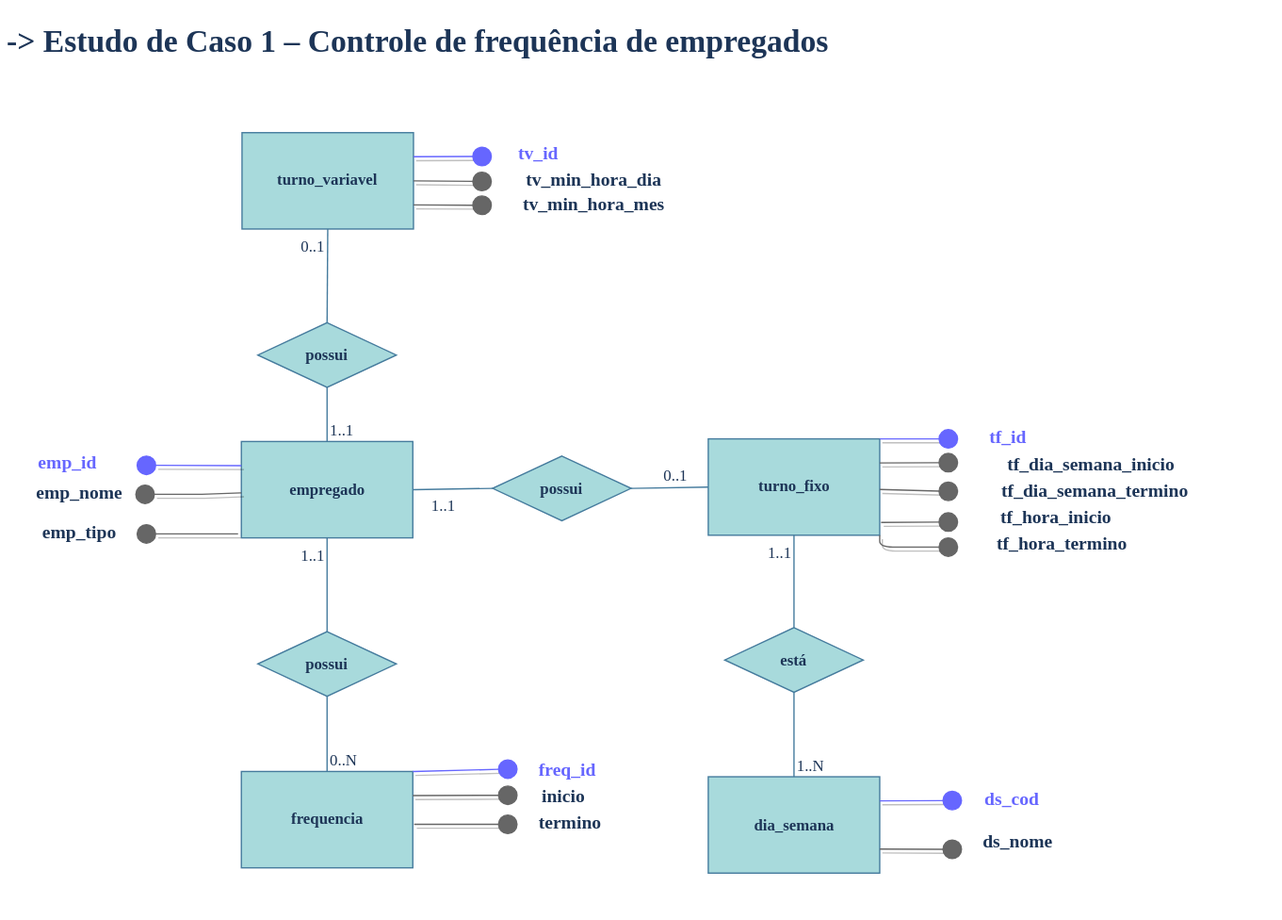
Above: case-study-1.drawio.svg in maiconandsilva-archive/database-class-assignments (draw.io), before the change. Source tidied: cells renumbered, new cells last; positions are measured from the earlier drawing's top-left corner, leaving out a move shared by most shapes.
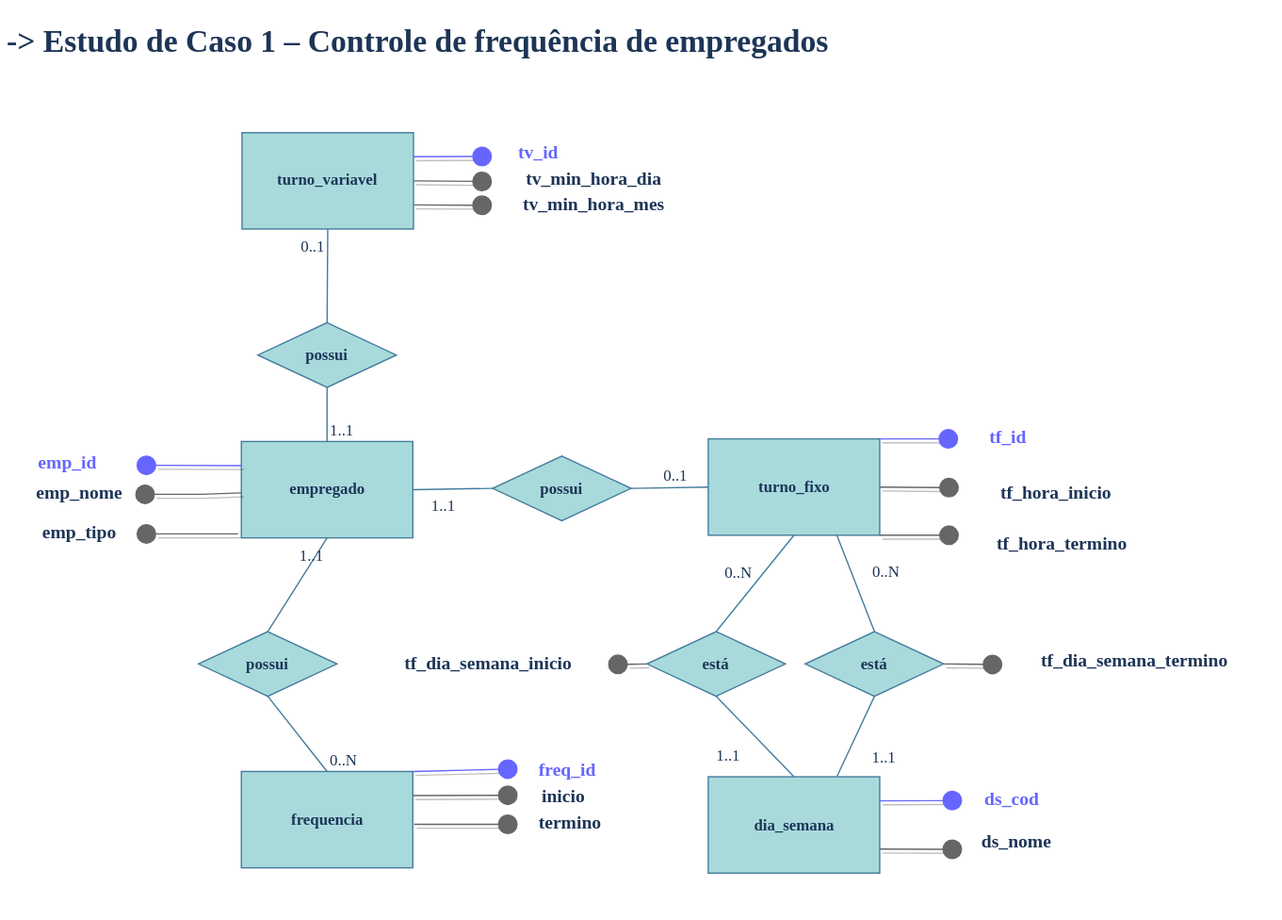
The same diagram one commit later.

Diff of the diagram source:
```diff
@@ -47,7 +47,7 @@
       <mxGeometry x="17" width="40" height="20" as="geometry" />
     </mxCell>
     <mxCell id="14" value="&lt;font style=&quot;font-size: 12px&quot;&gt;&lt;b&gt;possui&lt;/b&gt;&lt;/font&gt;" style="rhombus;whiteSpace=wrap;html=1;fillColor=#A8DADC;strokeColor=#457B9D;fontColor=#1D3557;fontFamily=fira code;fontSource=https%3A%2F%2Ffonts.googleapis.com%2Fcss%3Ffamily%3Dfira%2Bcode;" parent="1" vertex="1">
-      <mxGeometry x="195" y="468" width="105" height="49" as="geometry" />
+      <mxGeometry x="150" y="468" width="105" height="49" as="geometry" />
     </mxCell>
     <mxCell id="15" style="endArrow=none;html=1;align=center;verticalAlign=top;endFill=0;labelBackgroundColor=none;strokeColor=#457B9D;fontColor=#1D3557;fontFamily=fira code;fontSource=https%3A%2F%2Ffonts.googleapis.com%2Fcss%3Ffamily%3Dfira%2Bcode;exitX=0.5;exitY=0;exitDx=0;exitDy=0;entryX=0.5;entryY=1;entryDx=0;entryDy=0;" parent="1" edge="1" source="14" target="3">
       <mxGeometry relative="1" as="geometry" />
@@ -90,30 +90,27 @@
     <mxCell id="26" style="group;" parent="24" vertex="1">
       <mxGeometry x="184" y="-27" width="57" height="20" as="geometry" />
     </mxCell>
-    <mxCell id="27" style="endArrow=circle;html=1;rounded=1;align=center;verticalAlign=top;endFill=1;labelBackgroundColor=none;endSize=6;startArrow=none;startFill=0;fontColor=#1D3557;strokeColor=#666666;fillColor=#f5f5f5;strokeWidth=1;startSize=7;shadow=1;exitX=1;exitY=0.25;exitDx=0;exitDy=0;fontFamily=fira code;fontSource=https%3A%2F%2Ffonts.googleapis.com%2Fcss%3Ffamily%3Dfira%2Bcode;" parent="26" edge="1" source="25">
+    <mxCell id="27" style="endArrow=circle;html=1;rounded=1;align=center;verticalAlign=top;endFill=1;labelBackgroundColor=none;endSize=6;startArrow=none;startFill=0;fontColor=#1D3557;strokeColor=#666666;fillColor=#f5f5f5;strokeWidth=1;startSize=7;shadow=1;exitX=0;exitY=0.5;exitDx=0;exitDy=0;fontFamily=fira code;fontSource=https%3A%2F%2Ffonts.googleapis.com%2Fcss%3Ffamily%3Dfira%2Bcode;" parent="26" edge="1" source="72">
       <mxGeometry relative="1" as="geometry">
-        <mxPoint y="8" as="targetPoint" />
+        <mxPoint x="-266.5" y="161" as="targetPoint" />
       </mxGeometry>
     </mxCell>
     <mxCell id="28" style="group;" parent="24" vertex="1">
       <mxGeometry x="172" y="-7" width="67" height="20" as="geometry" />
     </mxCell>
-    <mxCell id="29" style="endArrow=circle;html=1;rounded=1;align=center;verticalAlign=top;endFill=1;labelBackgroundColor=none;endSize=6;startArrow=none;startFill=0;fontColor=#1D3557;strokeColor=#666666;fillColor=#f5f5f5;strokeWidth=1;startSize=7;shadow=1;sketch=0;fontFamily=fira code;fontSource=https%3A%2F%2Ffonts.googleapis.com%2Fcss%3Ffamily%3Dfira%2Bcode;" parent="28" edge="1" source="25">
+    <mxCell id="29" style="endArrow=circle;html=1;rounded=1;align=center;verticalAlign=top;endFill=1;labelBackgroundColor=none;endSize=6;startArrow=none;startFill=0;fontColor=#1D3557;strokeColor=#666666;fillColor=#f5f5f5;strokeWidth=1;startSize=7;shadow=1;sketch=0;fontFamily=fira code;fontSource=https%3A%2F%2Ffonts.googleapis.com%2Fcss%3Ffamily%3Dfira%2Bcode;exitX=1;exitY=0.5;exitDx=0;exitDy=0;" parent="28" edge="1" source="88">
       <mxGeometry relative="1" as="geometry">
-        <mxPoint x="12" y="10" as="targetPoint" />
+        <mxPoint x="45.5" y="141" as="targetPoint" />
       </mxGeometry>
     </mxCell>
     <mxCell id="30" style="group;" parent="24" vertex="1">
       <mxGeometry x="154" y="22" width="120" height="31" as="geometry" />
     </mxCell>
-    <mxCell id="31" style="endArrow=circle;html=1;rounded=1;align=center;verticalAlign=top;endFill=1;labelBackgroundColor=none;endSize=6;startArrow=none;startFill=0;fontColor=#1D3557;strokeColor=#666666;fillColor=#f5f5f5;strokeWidth=1;startSize=7;shadow=1;exitX=1.008;exitY=0.867;exitDx=0;exitDy=0;exitPerimeter=0;fontFamily=fira code;fontSource=https%3A%2F%2Ffonts.googleapis.com%2Fcss%3Ffamily%3Dfira%2Bcode;" parent="30" edge="1" source="25">
+    <mxCell id="31" style="endArrow=circle;html=1;rounded=1;align=center;verticalAlign=top;endFill=1;labelBackgroundColor=none;endSize=6;startArrow=none;startFill=0;fontColor=#1D3557;strokeColor=#666666;fillColor=#f5f5f5;strokeWidth=1;startSize=7;shadow=1;exitX=1;exitY=0.5;exitDx=0;exitDy=0;fontFamily=fira code;fontSource=https%3A%2F%2Ffonts.googleapis.com%2Fcss%3Ffamily%3Dfira%2Bcode;" parent="30" edge="1" source="25">
       <mxGeometry relative="1" as="geometry">
-        <mxPoint x="30" y="4" as="targetPoint" />
+        <mxPoint x="30.5" y="-22" as="targetPoint" />
       </mxGeometry>
     </mxCell>
-    <mxCell id="32" value="tf_hora_inicio" style="text;html=1;strokeColor=none;fillColor=none;align=center;verticalAlign=middle;whiteSpace=wrap;rounded=0;sketch=0;fontColor=#1D3557;fontStyle=1;fontSize=14;fontFamily=fira code;fontSource=https%3A%2F%2Ffonts.googleapis.com%2Fcss%3Ffamily%3Dfira%2Bcode;" parent="30" vertex="1">
-      <mxGeometry x="88" y="-9" width="31" height="20" as="geometry" />
-    </mxCell>
     <mxCell id="33" value="tf_hora_termino" style="text;html=1;strokeColor=none;fillColor=none;align=center;verticalAlign=middle;whiteSpace=wrap;rounded=0;sketch=0;fontColor=#1D3557;fontStyle=1;fontSize=14;fontFamily=fira code;fontSource=https%3A%2F%2Ffonts.googleapis.com%2Fcss%3Ffamily%3Dfira%2Bcode;" parent="30" vertex="1">
       <mxGeometry x="88" y="11" width="40" height="20" as="geometry" />
     </mxCell>
@@ -122,10 +119,7 @@
     </mxCell>
     <mxCell id="35" style="endArrow=circle;html=1;rounded=1;align=center;verticalAlign=top;endFill=1;labelBackgroundColor=none;endSize=6;startArrow=none;startFill=0;fontColor=#1D3557;strokeColor=#666666;fillColor=#f5f5f5;strokeWidth=1;startSize=7;shadow=1;exitX=1;exitY=1;exitDx=0;exitDy=0;fontFamily=fira code;fontSource=https%3A%2F%2Ffonts.googleapis.com%2Fcss%3Ffamily%3Dfira%2Bcode;" parent="34" edge="1" source="25">
       <mxGeometry relative="1" as="geometry">
-        <mxPoint x="44" y="-47" as="targetPoint" />
-        <Array as="points">
-          <mxPoint x="-16" y="-47" />
-        </Array>
+        <mxPoint x="44.5" y="-56" as="targetPoint" />
       </mxGeometry>
     </mxCell>
     <mxCell id="36" style="group;" parent="24" vertex="1">
@@ -140,10 +134,10 @@
       <mxGeometry x="17" width="40" height="20" as="geometry" />
     </mxCell>
     <mxCell id="39" value="tf_dia_semana_inicio" style="text;html=1;strokeColor=none;fillColor=none;align=center;verticalAlign=middle;whiteSpace=wrap;rounded=0;sketch=0;fontColor=#1D3557;fontStyle=1;fontSize=14;fontFamily=fira code;fontSource=https%3A%2F%2Ffonts.googleapis.com%2Fcss%3Ffamily%3Dfira%2Bcode;" parent="1" vertex="1">
-      <mxGeometry x="806.5" y="332" width="40" height="20" as="geometry" />
+      <mxGeometry x="350" y="482.5" width="40" height="20" as="geometry" />
     </mxCell>
     <mxCell id="40" value="&lt;div style=&quot;font-size: 14px&quot;&gt;tf_dia_semana_termino&lt;/div&gt;" style="text;html=1;strokeColor=none;fillColor=none;align=center;verticalAlign=middle;whiteSpace=wrap;rounded=0;sketch=0;fontColor=#1D3557;fontStyle=1;fontSize=14;fontFamily=fira code;fontSource=https%3A%2F%2Ffonts.googleapis.com%2Fcss%3Ffamily%3Dfira%2Bcode;" parent="1" vertex="1">
-      <mxGeometry x="809.5" y="352" width="40" height="20" as="geometry" />
+      <mxGeometry x="840" y="481" width="40" height="20" as="geometry" />
     </mxCell>
     <mxCell id="41" style="group;" parent="1" vertex="1">
       <mxGeometry x="183" y="70" width="307" height="122" as="geometry" />
@@ -260,7 +254,7 @@
       <mxGeometry x="1" relative="1" as="geometry" />
     </mxCell>
     <mxCell id="72" value="&lt;font style=&quot;font-size: 12px&quot;&gt;&lt;b&gt;está&lt;/b&gt;&lt;/font&gt;" style="rhombus;whiteSpace=wrap;html=1;fillColor=#A8DADC;strokeColor=#457B9D;fontColor=#1D3557;fontFamily=fira code;fontSource=https%3A%2F%2Ffonts.googleapis.com%2Fcss%3Ffamily%3Dfira%2Bcode;" parent="1" vertex="1">
-      <mxGeometry x="549" y="465" width="105" height="49" as="geometry" />
+      <mxGeometry x="490" y="468" width="105" height="49" as="geometry" />
     </mxCell>
     <mxCell id="73" style="endArrow=none;html=1;align=center;verticalAlign=top;endFill=0;labelBackgroundColor=none;strokeColor=#457B9D;fontColor=#1D3557;fontFamily=fira code;fontSource=https%3A%2F%2Ffonts.googleapis.com%2Fcss%3Ffamily%3Dfira%2Bcode;exitX=0.5;exitY=0;exitDx=0;exitDy=0;entryX=0.5;entryY=1;entryDx=0;entryDy=0;" parent="1" edge="1" source="72" target="25">
       <mxGeometry relative="1" as="geometry" />
@@ -271,16 +265,18 @@
     <mxCell id="75" style="html=1;align=right;verticalAlign=bottom;labelBackgroundColor=none;fillColor=#A8DADC;strokeColor=#457B9D;fontColor=#1D3557;fontFamily=fira code;fontSource=https%3A%2F%2Ffonts.googleapis.com%2Fcss%3Ffamily%3Dfira%2Bcode;" parent="73" vertex="1">
       <mxGeometry x="1" relative="1" as="geometry" />
     </mxCell>
-    <mxCell id="76" value="1..1" style="html=1;align=right;verticalAlign=top;labelBackgroundColor=none;fillColor=#A8DADC;strokeColor=#457B9D;fontColor=#1D3557;fontFamily=fira code;fontSource=https%3A%2F%2Ffonts.googleapis.com%2Fcss%3Ffamily%3Dfira%2Bcode;" parent="73" vertex="1">
+    <mxCell id="76" value="0..N" style="html=1;align=right;verticalAlign=top;labelBackgroundColor=none;fillColor=#A8DADC;strokeColor=#457B9D;fontColor=#1D3557;fontFamily=fira code;fontSource=https%3A%2F%2Ffonts.googleapis.com%2Fcss%3Ffamily%3Dfira%2Bcode;" parent="73" vertex="1">
       <mxGeometry x="1" relative="1" as="geometry">
-        <mxPoint x="-2" as="offset" />
+        <mxPoint x="-32" y="15" as="offset" />
       </mxGeometry>
     </mxCell>
     <mxCell id="77" style="endArrow=none;html=1;align=center;verticalAlign=top;endFill=0;labelBackgroundColor=none;strokeColor=#457B9D;fontColor=#1D3557;fontFamily=fira code;fontSource=https%3A%2F%2Ffonts.googleapis.com%2Fcss%3Ffamily%3Dfira%2Bcode;entryX=0.5;entryY=1;entryDx=0;entryDy=0;exitX=0.5;exitY=0;exitDx=0;exitDy=0;" parent="1" edge="1" source="23" target="72">
       <mxGeometry relative="1" as="geometry" />
     </mxCell>
-    <mxCell id="78" value="&lt;div&gt;1..N&lt;/div&gt;" style="html=1;align=left;verticalAlign=bottom;labelBackgroundColor=none;fillColor=#A8DADC;strokeColor=#457B9D;fontColor=#1D3557;fontFamily=fira code;fontSource=https%3A%2F%2Ffonts.googleapis.com%2Fcss%3Ffamily%3Dfira%2Bcode;" parent="77" vertex="1">
-      <mxGeometry x="-1" relative="1" as="geometry" />
+    <mxCell id="78" value="&lt;div&gt;1..1&lt;/div&gt;" style="html=1;align=left;verticalAlign=bottom;labelBackgroundColor=none;fillColor=#A8DADC;strokeColor=#457B9D;fontColor=#1D3557;fontFamily=fira code;fontSource=https%3A%2F%2Ffonts.googleapis.com%2Fcss%3Ffamily%3Dfira%2Bcode;" parent="77" vertex="1">
+      <mxGeometry x="-1" relative="1" as="geometry">
+        <mxPoint x="-61" y="-8" as="offset" />
+      </mxGeometry>
     </mxCell>
     <mxCell id="79" style="html=1;align=right;verticalAlign=bottom;labelBackgroundColor=none;fillColor=#A8DADC;strokeColor=#457B9D;fontColor=#1D3557;fontFamily=fira code;fontSource=https%3A%2F%2Ffonts.googleapis.com%2Fcss%3Ffamily%3Dfira%2Bcode;" parent="77" vertex="1">
       <mxGeometry x="1" relative="1" as="geometry" />
@@ -313,5 +309,39 @@
     <mxCell id="87" style="html=1;align=right;verticalAlign=bottom;labelBackgroundColor=none;fillColor=#A8DADC;strokeColor=#457B9D;fontColor=#1D3557;fontFamily=fira code;fontSource=https%3A%2F%2Ffonts.googleapis.com%2Fcss%3Ffamily%3Dfira%2Bcode;" parent="85" vertex="1">
       <mxGeometry x="1" relative="1" as="geometry" />
     </mxCell>
+    <mxCell id="88" value="&lt;font style=&quot;font-size: 12px&quot;&gt;&lt;b&gt;está&lt;/b&gt;&lt;/font&gt;" style="rhombus;whiteSpace=wrap;html=1;fillColor=#A8DADC;strokeColor=#457B9D;fontColor=#1D3557;fontFamily=fira code;fontSource=https%3A%2F%2Ffonts.googleapis.com%2Fcss%3Ffamily%3Dfira%2Bcode;" parent="1" vertex="1">
+      <mxGeometry x="610" y="468" width="105" height="49" as="geometry" />
+    </mxCell>
+    <mxCell id="89" style="endArrow=none;html=1;align=center;verticalAlign=top;endFill=0;labelBackgroundColor=none;strokeColor=#457B9D;fontColor=#1D3557;fontFamily=fira code;fontSource=https%3A%2F%2Ffonts.googleapis.com%2Fcss%3Ffamily%3Dfira%2Bcode;exitX=0.5;exitY=0;exitDx=0;exitDy=0;entryX=0.75;entryY=1;entryDx=0;entryDy=0;" parent="1" edge="1" source="88" target="25">
+      <mxGeometry relative="1" as="geometry" />
+    </mxCell>
+    <mxCell id="90" style="html=1;align=left;verticalAlign=bottom;labelBackgroundColor=none;fillColor=#A8DADC;strokeColor=#457B9D;fontColor=#1D3557;fontFamily=fira code;fontSource=https%3A%2F%2Ffonts.googleapis.com%2Fcss%3Ffamily%3Dfira%2Bcode;" parent="89" vertex="1">
+      <mxGeometry x="-1" relative="1" as="geometry" />
+    </mxCell>
+    <mxCell id="91" style="html=1;align=right;verticalAlign=bottom;labelBackgroundColor=none;fillColor=#A8DADC;strokeColor=#457B9D;fontColor=#1D3557;fontFamily=fira code;fontSource=https%3A%2F%2Ffonts.googleapis.com%2Fcss%3Ffamily%3Dfira%2Bcode;" parent="89" vertex="1">
+      <mxGeometry x="1" relative="1" as="geometry" />
+    </mxCell>
+    <mxCell id="92" value="0..N" style="html=1;align=right;verticalAlign=top;labelBackgroundColor=none;fillColor=#A8DADC;strokeColor=#457B9D;fontColor=#1D3557;fontFamily=fira code;fontSource=https%3A%2F%2Ffonts.googleapis.com%2Fcss%3Ffamily%3Dfira%2Bcode;" parent="89" vertex="1">
+      <mxGeometry x="1" relative="1" as="geometry">
+        <mxPoint x="48" y="14" as="offset" />
+      </mxGeometry>
+    </mxCell>
+    <mxCell id="93" style="endArrow=none;html=1;align=center;verticalAlign=top;endFill=0;labelBackgroundColor=none;strokeColor=#457B9D;fontColor=#1D3557;fontFamily=fira code;fontSource=https%3A%2F%2Ffonts.googleapis.com%2Fcss%3Ffamily%3Dfira%2Bcode;exitX=0.75;exitY=0;exitDx=0;exitDy=0;entryX=0.5;entryY=1;entryDx=0;entryDy=0;" parent="1" edge="1" source="23" target="88">
+      <mxGeometry relative="1" as="geometry" />
+    </mxCell>
+    <mxCell id="94" style="html=1;align=left;verticalAlign=bottom;labelBackgroundColor=none;fillColor=#A8DADC;strokeColor=#457B9D;fontColor=#1D3557;fontFamily=fira code;fontSource=https%3A%2F%2Ffonts.googleapis.com%2Fcss%3Ffamily%3Dfira%2Bcode;" parent="93" vertex="1">
+      <mxGeometry x="-1" relative="1" as="geometry" />
+    </mxCell>
+    <mxCell id="95" style="html=1;align=right;verticalAlign=bottom;labelBackgroundColor=none;fillColor=#A8DADC;strokeColor=#457B9D;fontColor=#1D3557;fontFamily=fira code;fontSource=https%3A%2F%2Ffonts.googleapis.com%2Fcss%3Ffamily%3Dfira%2Bcode;" parent="93" vertex="1">
+      <mxGeometry x="1" relative="1" as="geometry" />
+    </mxCell>
+    <mxCell id="96" value="1..1" style="html=1;align=right;verticalAlign=top;labelBackgroundColor=none;fillColor=#A8DADC;strokeColor=#457B9D;fontColor=#1D3557;fontFamily=fira code;fontSource=https%3A%2F%2Ffonts.googleapis.com%2Fcss%3Ffamily%3Dfira%2Bcode;" parent="93" vertex="1">
+      <mxGeometry x="1" relative="1" as="geometry">
+        <mxPoint x="16" y="33" as="offset" />
+      </mxGeometry>
+    </mxCell>
+    <mxCell id="32" value="tf_hora_inicio" style="text;html=1;strokeColor=none;fillColor=none;align=center;verticalAlign=middle;whiteSpace=wrap;rounded=0;sketch=0;fontColor=#1D3557;fontStyle=1;fontSize=14;fontFamily=fira code;fontSource=https%3A%2F%2Ffonts.googleapis.com%2Fcss%3Ffamily%3Dfira%2Bcode;" parent="1" vertex="1">
+      <mxGeometry x="785.5" y="354" width="31" height="20" as="geometry" />
+    </mxCell>
   </root>
 </mxGraphModel>
```
